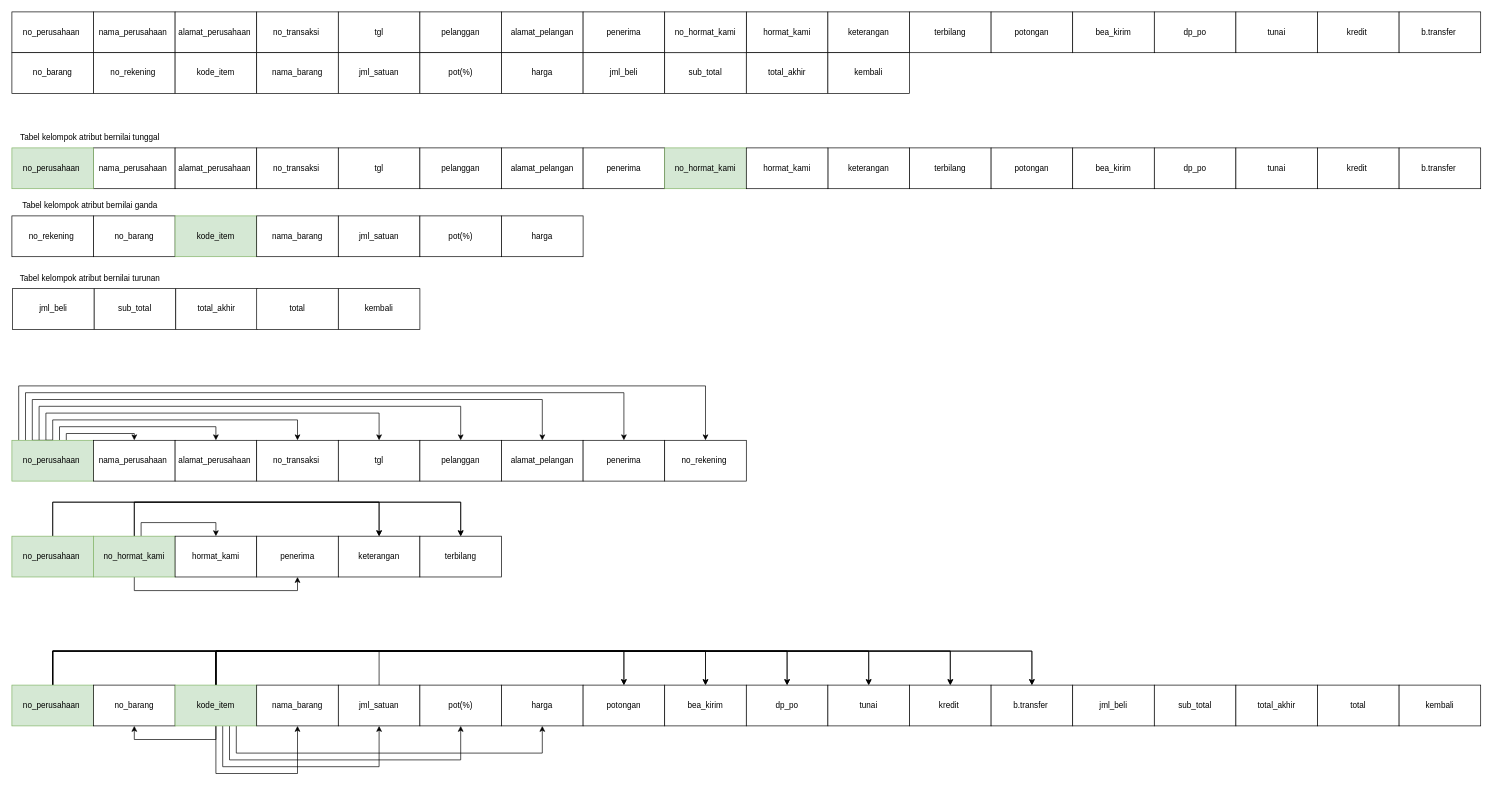
Before: normalisasi_table.drawio in ARK142/aaa, a draw.io diagram. Source tidied: cells renumbered, new cells numbered last; positions are measured from the earlier drawing's top-left corner, leaving out a move shared by most shapes. Both pictures are drawn from the tidied source at 68%, with x=0, y=0 at pixel (12, 12).
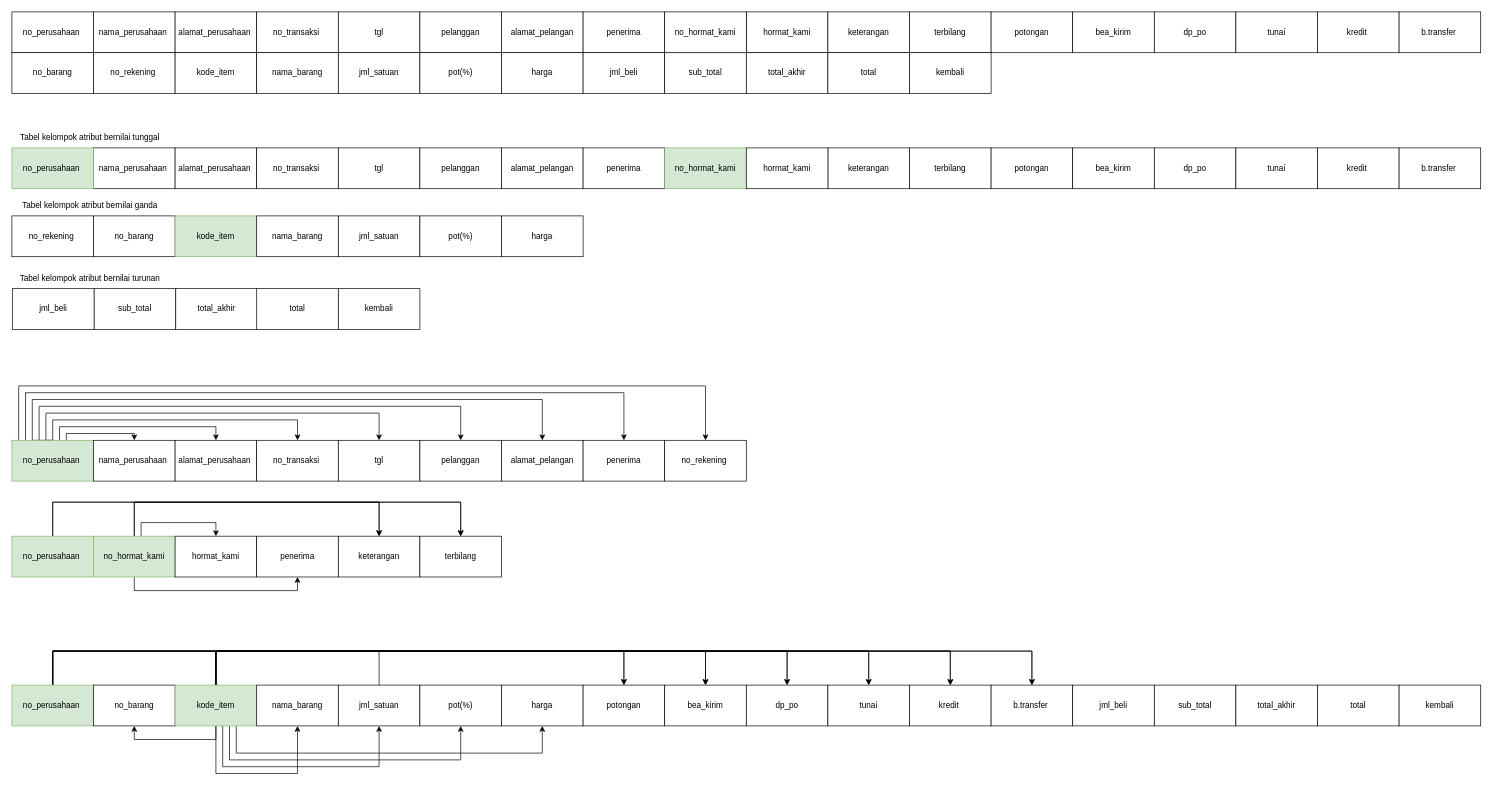
After the change.

Diff of the diagram source:
```diff
@@
-    <mxCell id="123" value="kembali" style="rounded=0;whiteSpace=wrap;html=1;" parent="1" vertex="1">
+    <mxCell id="123" value="total" style="rounded=0;whiteSpace=wrap;html=1;" parent="1" vertex="1">
       <mxGeometry x="1200" y="60" width="120" height="60" as="geometry" />
     </mxCell>
@@
+    <mxCell id="131" value="kembali" style="rounded=0;whiteSpace=wrap;html=1;" parent="1" vertex="1">
+      <mxGeometry x="1320" y="60" width="120" height="60" as="geometry" />
+    </mxCell>
```
